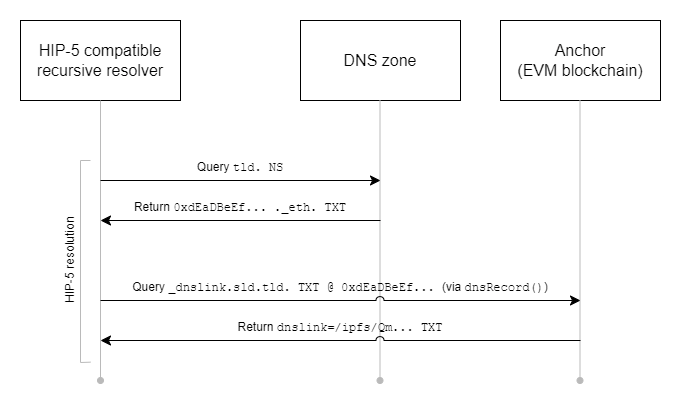
Above: imgs/anchor-resolution-diagram.png in Noxturnix/anchor (draw.io), before the change. Source tidied: cells renumbered, new cells last; positions are measured from the earlier drawing's top-left corner, leaving out a move shared by most shapes. The source it was exported from:
```xml
<mxGraphModel>
  <root>
    <mxCell id="0" />
    <mxCell id="1" parent="0" />
    <mxCell id="2" value="&lt;font style=&quot;font-size: 16px;&quot;&gt;HIP-5 compatible&lt;br&gt;recursive resolver&lt;br&gt;&lt;/font&gt;" style="rounded=0;whiteSpace=wrap;html=1;" parent="1" vertex="1">
      <mxGeometry width="160" height="80" as="geometry" />
    </mxCell>
    <mxCell id="3" value="&lt;font style=&quot;font-size: 16px;&quot;&gt;DNS zone&lt;br&gt;&lt;/font&gt;" style="rounded=0;whiteSpace=wrap;html=1;" parent="1" vertex="1">
      <mxGeometry x="280" width="160" height="80" as="geometry" />
    </mxCell>
    <mxCell id="4" value="&lt;font style=&quot;font-size: 16px;&quot;&gt;Anchor&lt;br&gt;(EVM blockchain)&lt;br&gt;&lt;/font&gt;" style="rounded=0;whiteSpace=wrap;html=1;" parent="1" vertex="1">
      <mxGeometry x="480" width="160" height="80" as="geometry" />
    </mxCell>
    <mxCell id="5" style="endArrow=none;html=1;rounded=0;fontSize=16;entryX=0.5;entryY=1;entryDx=0;entryDy=0;fillColor=#f5f5f5;strokeColor=#BABABA;endFill=0;startArrow=oval;startFill=1;" parent="1" edge="1" target="2">
      <mxGeometry relative="1" as="geometry">
        <mxPoint x="80" y="360" as="sourcePoint" />
      </mxGeometry>
    </mxCell>
    <mxCell id="6" style="endArrow=none;html=1;rounded=0;fontSize=16;entryX=0.5;entryY=1;entryDx=0;entryDy=0;fillColor=#f5f5f5;strokeColor=#BABABA;startArrow=oval;startFill=1;" parent="1" edge="1">
      <mxGeometry relative="1" as="geometry">
        <mxPoint x="359.5" y="360" as="sourcePoint" />
        <mxPoint x="359.5" y="80" as="targetPoint" />
      </mxGeometry>
    </mxCell>
    <mxCell id="7" style="endArrow=none;html=1;rounded=0;fontSize=16;entryX=0.5;entryY=1;entryDx=0;entryDy=0;fillColor=#f5f5f5;strokeColor=#BABABA;startArrow=oval;startFill=1;" parent="1" edge="1">
      <mxGeometry relative="1" as="geometry">
        <mxPoint x="559.5" y="360" as="sourcePoint" />
        <mxPoint x="559.5" y="80" as="targetPoint" />
      </mxGeometry>
    </mxCell>
    <mxCell id="8" style="endArrow=classic;html=1;rounded=0;fontSize=16;endSize=8;jumpStyle=arc;jumpSize=16;" parent="1" edge="1">
      <mxGeometry relative="1" as="geometry">
        <mxPoint x="80" y="160" as="sourcePoint" />
        <mxPoint x="360" y="160" as="targetPoint" />
      </mxGeometry>
    </mxCell>
    <mxCell id="9" value="&lt;font style=&quot;font-size: 12px;&quot;&gt;&lt;span style=&quot;&quot;&gt;Query &lt;/span&gt;&lt;font style=&quot;font-size: 12px;&quot; face=&quot;Courier New&quot;&gt;tld. NS&lt;/font&gt;&lt;/font&gt;" style="text;html=1;strokeColor=none;fillColor=none;align=center;verticalAlign=middle;whiteSpace=wrap;rounded=0;fontSize=16;" parent="1" vertex="1">
      <mxGeometry x="80" y="130" width="280" height="30" as="geometry" />
    </mxCell>
    <mxCell id="10" style="endArrow=classic;html=1;rounded=0;fontSize=16;endSize=8;jumpStyle=arc;jumpSize=16;" parent="1" edge="1">
      <mxGeometry relative="1" as="geometry">
        <mxPoint x="360" y="200" as="sourcePoint" />
        <mxPoint x="80" y="200" as="targetPoint" />
      </mxGeometry>
    </mxCell>
    <mxCell id="11" value="&lt;font style=&quot;font-size: 12px;&quot;&gt;&lt;font style=&quot;font-size: 12px;&quot;&gt;Return&lt;/font&gt;&lt;font style=&quot;font-size: 12px;&quot;&gt; &lt;font style=&quot;font-size: 12px;&quot;&gt;&lt;font style=&quot;font-size: 12px;&quot; face=&quot;Courier New&quot;&gt;0xdEaDBeEf&lt;/font&gt;&lt;font style=&quot;font-size: 12px;&quot; face=&quot;Courier New&quot;&gt;... ._eth. TXT&lt;/font&gt;&lt;/font&gt;&lt;/font&gt;&lt;/font&gt;" style="text;html=1;strokeColor=none;fillColor=none;align=center;verticalAlign=middle;whiteSpace=wrap;rounded=0;fontSize=16;" parent="1" vertex="1">
      <mxGeometry x="80" y="170" width="280" height="30" as="geometry" />
    </mxCell>
    <mxCell id="12" style="endArrow=classic;html=1;rounded=0;fontSize=16;endSize=8;jumpStyle=arc;jumpSize=8;entryX=1;entryY=1;entryDx=0;entryDy=0;" parent="1" edge="1" target="13">
      <mxGeometry relative="1" as="geometry">
        <mxPoint x="80" y="280" as="sourcePoint" />
      </mxGeometry>
    </mxCell>
    <mxCell id="13" value="&lt;font style=&quot;font-size: 12px;&quot;&gt;&lt;span style=&quot;&quot;&gt;Query &lt;/span&gt;&lt;font style=&quot;font-size: 12px;&quot; face=&quot;Courier New&quot;&gt;_dnslink.sld.tld. TXT @ 0xdEaDBeEf...&lt;/font&gt;&lt;font style=&quot;font-size: 12px;&quot; face=&quot;Courier New&quot;&gt; &lt;/font&gt;&lt;font style=&quot;font-size: 12px;&quot;&gt;&lt;span style=&quot;&quot;&gt;(via &lt;/span&gt;&lt;font style=&quot;font-size: 12px;&quot; face=&quot;Courier New&quot;&gt;dnsRecord()&lt;/font&gt;&lt;span style=&quot;&quot;&gt;)&lt;/span&gt;&lt;/font&gt;&lt;/font&gt;" style="text;html=1;strokeColor=none;fillColor=none;align=center;verticalAlign=middle;whiteSpace=wrap;rounded=0;fontSize=16;" parent="1" vertex="1">
      <mxGeometry x="80" y="250" width="480" height="30" as="geometry" />
    </mxCell>
    <mxCell id="14" style="endArrow=classic;html=1;rounded=0;fontSize=16;endSize=8;jumpStyle=arc;jumpSize=8;exitX=1;exitY=1;exitDx=0;exitDy=0;entryX=0;entryY=1;entryDx=0;entryDy=0;" parent="1" edge="1" source="15" target="15">
      <mxGeometry relative="1" as="geometry" />
    </mxCell>
    <mxCell id="15" value="&lt;font style=&quot;font-size: 12px;&quot;&gt;&lt;span style=&quot;&quot;&gt;Return&amp;nbsp;&lt;/span&gt;&lt;font style=&quot;font-size: 12px;&quot; face=&quot;Courier New&quot;&gt;dnslink=/ipfs/Qm... TXT&lt;/font&gt;&lt;/font&gt;" style="text;html=1;strokeColor=none;fillColor=none;align=center;verticalAlign=middle;whiteSpace=wrap;rounded=0;fontSize=16;" parent="1" vertex="1">
      <mxGeometry x="80" y="290" width="480" height="30" as="geometry" />
    </mxCell>
    <mxCell id="16" style="endArrow=none;html=1;rounded=0;fontFamily=Courier New;fontSize=12;endSize=8;strokeColor=#BABABA;jumpStyle=arc;jumpSize=8;" parent="1" edge="1">
      <mxGeometry relative="1" as="geometry">
        <mxPoint x="70" y="341.7" as="sourcePoint" />
        <mxPoint x="70" y="140" as="targetPoint" />
        <Array as="points">
          <mxPoint x="60" y="342" />
          <mxPoint x="60" y="140" />
        </Array>
      </mxGeometry>
    </mxCell>
    <mxCell id="17" value="&lt;font face=&quot;Helvetica&quot;&gt;HIP-5 resolution&lt;/font&gt;" style="text;html=1;align=center;verticalAlign=middle;strokeColor=none;fillColor=none;fontSize=12;fontFamily=Courier New;rotation=-90;" parent="1" vertex="1">
      <mxGeometry y="230" width="100" height="20" as="geometry" />
    </mxCell>
  </root>
</mxGraphModel>
```
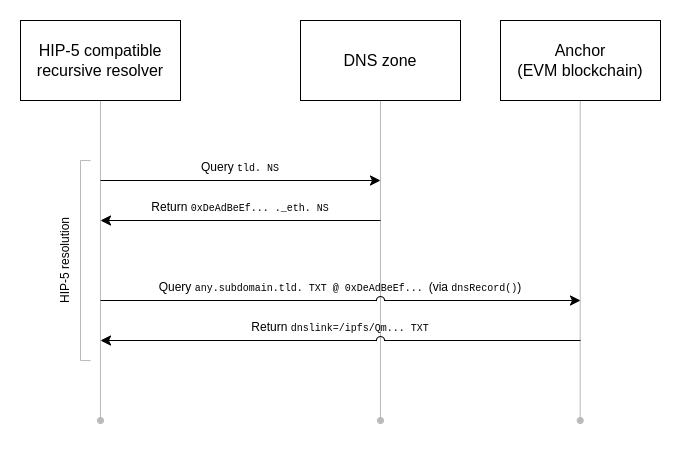
After the commit.

What changed in the source:
```diff
@@ -2,6 +2,23 @@
   <root>
     <mxCell id="0" />
     <mxCell id="1" parent="0" />
+    <mxCell id="18" style="endArrow=none;html=1;rounded=0;fontSize=16;entryX=0.5;entryY=1;entryDx=0;entryDy=0;startArrow=oval;startFill=1;strokeColor=#BABABA;" parent="1" edge="1" target="2">
+      <mxGeometry relative="1" as="geometry">
+        <mxPoint x="80" y="400" as="sourcePoint" />
+      </mxGeometry>
+    </mxCell>
+    <mxCell id="19" style="endArrow=none;html=1;rounded=0;fontSize=16;entryX=0.5;entryY=1;entryDx=0;entryDy=0;startArrow=oval;startFill=1;strokeColor=#BABABA;" parent="1" edge="1">
+      <mxGeometry relative="1" as="geometry">
+        <mxPoint x="559.7" y="400" as="sourcePoint" />
+        <mxPoint x="559.7" y="80" as="targetPoint" />
+      </mxGeometry>
+    </mxCell>
+    <mxCell id="20" style="endArrow=none;html=1;rounded=0;fontSize=16;entryX=0.5;entryY=1;entryDx=0;entryDy=0;startArrow=oval;startFill=1;strokeColor=#BABABA;" parent="1" edge="1">
+      <mxGeometry relative="1" as="geometry">
+        <mxPoint x="360" y="400" as="sourcePoint" />
+        <mxPoint x="360" y="80" as="targetPoint" />
+      </mxGeometry>
+    </mxCell>
     <mxCell id="2" value="&lt;font style=&quot;font-size: 16px;&quot;&gt;HIP-5 compatible&lt;br&gt;recursive resolver&lt;br&gt;&lt;/font&gt;" style="rounded=0;whiteSpace=wrap;html=1;" parent="1" vertex="1">
       <mxGeometry width="160" height="80" as="geometry" />
     </mxCell>
@@ -11,67 +28,54 @@
     <mxCell id="4" value="&lt;font style=&quot;font-size: 16px;&quot;&gt;Anchor&lt;br&gt;(EVM blockchain)&lt;br&gt;&lt;/font&gt;" style="rounded=0;whiteSpace=wrap;html=1;" parent="1" vertex="1">
       <mxGeometry x="480" width="160" height="80" as="geometry" />
     </mxCell>
-    <mxCell id="5" style="endArrow=none;html=1;rounded=0;fontSize=16;entryX=0.5;entryY=1;entryDx=0;entryDy=0;fillColor=#f5f5f5;strokeColor=#BABABA;endFill=0;startArrow=oval;startFill=1;" parent="1" edge="1" target="2">
-      <mxGeometry relative="1" as="geometry">
-        <mxPoint x="80" y="360" as="sourcePoint" />
-      </mxGeometry>
-    </mxCell>
-    <mxCell id="6" style="endArrow=none;html=1;rounded=0;fontSize=16;entryX=0.5;entryY=1;entryDx=0;entryDy=0;fillColor=#f5f5f5;strokeColor=#BABABA;startArrow=oval;startFill=1;" parent="1" edge="1">
-      <mxGeometry relative="1" as="geometry">
-        <mxPoint x="359.5" y="360" as="sourcePoint" />
-        <mxPoint x="359.5" y="80" as="targetPoint" />
-      </mxGeometry>
-    </mxCell>
-    <mxCell id="7" style="endArrow=none;html=1;rounded=0;fontSize=16;entryX=0.5;entryY=1;entryDx=0;entryDy=0;fillColor=#f5f5f5;strokeColor=#BABABA;startArrow=oval;startFill=1;" parent="1" edge="1">
-      <mxGeometry relative="1" as="geometry">
-        <mxPoint x="559.5" y="360" as="sourcePoint" />
-        <mxPoint x="559.5" y="80" as="targetPoint" />
-      </mxGeometry>
-    </mxCell>
-    <mxCell id="8" style="endArrow=classic;html=1;rounded=0;fontSize=16;endSize=8;jumpStyle=arc;jumpSize=16;" parent="1" edge="1">
-      <mxGeometry relative="1" as="geometry">
-        <mxPoint x="80" y="160" as="sourcePoint" />
-        <mxPoint x="360" y="160" as="targetPoint" />
-      </mxGeometry>
-    </mxCell>
+    <mxCell id="21" style="endArrow=classic;html=1;rounded=0;fontSize=16;strokeColor=#000000;endSize=8;" parent="1" edge="1">
+      <mxGeometry relative="1" as="geometry">
+        <mxPoint x="80" y="160" as="sourcePoint" />
+        <mxPoint x="360" y="160" as="targetPoint" />
+      </mxGeometry>
+    </mxCell>
-    <mxCell id="9" value="&lt;font style=&quot;font-size: 12px;&quot;&gt;&lt;span style=&quot;&quot;&gt;Query &lt;/span&gt;&lt;font style=&quot;font-size: 12px;&quot; face=&quot;Courier New&quot;&gt;tld. NS&lt;/font&gt;&lt;/font&gt;" style="text;html=1;strokeColor=none;fillColor=none;align=center;verticalAlign=middle;whiteSpace=wrap;rounded=0;fontSize=16;" parent="1" vertex="1">
+    <mxCell id="9" value="&lt;font style=&quot;&quot;&gt;&lt;span style=&quot;font-size: 12px;&quot;&gt;Query &lt;/span&gt;&lt;font style=&quot;font-size: 10px;&quot; face=&quot;Courier New&quot;&gt;tld. NS&lt;/font&gt;&lt;/font&gt;" style="text;html=1;strokeColor=none;fillColor=none;align=center;verticalAlign=middle;whiteSpace=wrap;rounded=0;fontSize=16;" parent="1" vertex="1">
       <mxGeometry x="80" y="130" width="280" height="30" as="geometry" />
     </mxCell>
-    <mxCell id="10" style="endArrow=classic;html=1;rounded=0;fontSize=16;endSize=8;jumpStyle=arc;jumpSize=16;" parent="1" edge="1">
-      <mxGeometry relative="1" as="geometry">
-        <mxPoint x="360" y="200" as="sourcePoint" />
-        <mxPoint x="80" y="200" as="targetPoint" />
-      </mxGeometry>
-    </mxCell>
-    <mxCell id="11" value="&lt;font style=&quot;font-size: 12px;&quot;&gt;&lt;font style=&quot;font-size: 12px;&quot;&gt;Return&lt;/font&gt;&lt;font style=&quot;font-size: 12px;&quot;&gt; &lt;font style=&quot;font-size: 12px;&quot;&gt;&lt;font style=&quot;font-size: 12px;&quot; face=&quot;Courier New&quot;&gt;0xdEaDBeEf&lt;/font&gt;&lt;font style=&quot;font-size: 12px;&quot; face=&quot;Courier New&quot;&gt;... ._eth. TXT&lt;/font&gt;&lt;/font&gt;&lt;/font&gt;&lt;/font&gt;" style="text;html=1;strokeColor=none;fillColor=none;align=center;verticalAlign=middle;whiteSpace=wrap;rounded=0;fontSize=16;" parent="1" vertex="1">
-      <mxGeometry x="80" y="170" width="280" height="30" as="geometry" />
-    </mxCell>
-    <mxCell id="12" style="endArrow=classic;html=1;rounded=0;fontSize=16;endSize=8;jumpStyle=arc;jumpSize=8;entryX=1;entryY=1;entryDx=0;entryDy=0;" parent="1" edge="1" target="13">
-      <mxGeometry relative="1" as="geometry">
-        <mxPoint x="80" y="280" as="sourcePoint" />
-      </mxGeometry>
-    </mxCell>
-    <mxCell id="13" value="&lt;font style=&quot;font-size: 12px;&quot;&gt;&lt;span style=&quot;&quot;&gt;Query &lt;/span&gt;&lt;font style=&quot;font-size: 12px;&quot; face=&quot;Courier New&quot;&gt;_dnslink.sld.tld. TXT @ 0xdEaDBeEf...&lt;/font&gt;&lt;font style=&quot;font-size: 12px;&quot; face=&quot;Courier New&quot;&gt; &lt;/font&gt;&lt;font style=&quot;font-size: 12px;&quot;&gt;&lt;span style=&quot;&quot;&gt;(via &lt;/span&gt;&lt;font style=&quot;font-size: 12px;&quot; face=&quot;Courier New&quot;&gt;dnsRecord()&lt;/font&gt;&lt;span style=&quot;&quot;&gt;)&lt;/span&gt;&lt;/font&gt;&lt;/font&gt;" style="text;html=1;strokeColor=none;fillColor=none;align=center;verticalAlign=middle;whiteSpace=wrap;rounded=0;fontSize=16;" parent="1" vertex="1">
-      <mxGeometry x="80" y="250" width="480" height="30" as="geometry" />
-    </mxCell>
-    <mxCell id="14" style="endArrow=classic;html=1;rounded=0;fontSize=16;endSize=8;jumpStyle=arc;jumpSize=8;exitX=1;exitY=1;exitDx=0;exitDy=0;entryX=0;entryY=1;entryDx=0;entryDy=0;" parent="1" edge="1" source="15" target="15">
-      <mxGeometry relative="1" as="geometry" />
-    </mxCell>
+    <mxCell id="22" style="endArrow=classic;html=1;rounded=0;fontSize=16;strokeColor=#000000;endSize=8;" parent="1" edge="1">
+      <mxGeometry relative="1" as="geometry">
+        <mxPoint x="360" y="200" as="sourcePoint" />
+        <mxPoint x="80" y="200" as="targetPoint" />
+      </mxGeometry>
+    </mxCell>
+    <mxCell id="23" value="&lt;span style=&quot;font-size: 12px;&quot;&gt;Return &lt;/span&gt;&lt;font style=&quot;font-size: 10px;&quot; face=&quot;Courier New&quot;&gt;0xDeAdBeEf... ._eth. NS&lt;/font&gt;" style="text;html=1;strokeColor=none;fillColor=none;align=center;verticalAlign=middle;whiteSpace=wrap;rounded=0;fontSize=16;" parent="1" vertex="1">
+      <mxGeometry x="80" y="170" width="280" height="30" as="geometry" />
+    </mxCell>
+    <mxCell id="24" value="&lt;font style=&quot;&quot;&gt;&lt;span style=&quot;font-size: 12px;&quot;&gt;Query &lt;/span&gt;&lt;font style=&quot;font-size: 10px;&quot; face=&quot;Courier New&quot;&gt;any.subdomain.tld. TXT @ 0xDeAdBeEf... &lt;/font&gt;&lt;font style=&quot;&quot;&gt;&lt;span style=&quot;font-size: 12px;&quot;&gt;(via &lt;/span&gt;&lt;font style=&quot;font-size: 10px;&quot; face=&quot;Courier New&quot;&gt;dnsRecord()&lt;/font&gt;&lt;span style=&quot;font-size: 12px;&quot;&gt;)&lt;/span&gt;&lt;/font&gt;&lt;/font&gt;" style="text;html=1;strokeColor=none;fillColor=none;align=center;verticalAlign=middle;whiteSpace=wrap;rounded=0;fontSize=16;" parent="1" vertex="1">
+      <mxGeometry x="80" y="250" width="480" height="30" as="geometry" />
+    </mxCell>
-    <mxCell id="15" value="&lt;font style=&quot;font-size: 12px;&quot;&gt;&lt;span style=&quot;&quot;&gt;Return&amp;nbsp;&lt;/span&gt;&lt;font style=&quot;font-size: 12px;&quot; face=&quot;Courier New&quot;&gt;dnslink=/ipfs/Qm... TXT&lt;/font&gt;&lt;/font&gt;" style="text;html=1;strokeColor=none;fillColor=none;align=center;verticalAlign=middle;whiteSpace=wrap;rounded=0;fontSize=16;" parent="1" vertex="1">
+    <mxCell id="15" value="&lt;span style=&quot;font-size: 12px;&quot;&gt;Return &lt;/span&gt;&lt;font style=&quot;font-size: 10px;&quot; face=&quot;Courier New&quot;&gt;dnslink=/ipfs/Qm... TXT&lt;/font&gt;" style="text;html=1;strokeColor=none;fillColor=none;align=center;verticalAlign=middle;whiteSpace=wrap;rounded=0;fontSize=16;" parent="1" vertex="1">
       <mxGeometry x="80" y="290" width="480" height="30" as="geometry" />
     </mxCell>
-    <mxCell id="16" style="endArrow=none;html=1;rounded=0;fontFamily=Courier New;fontSize=12;endSize=8;strokeColor=#BABABA;jumpStyle=arc;jumpSize=8;" parent="1" edge="1">
-      <mxGeometry relative="1" as="geometry">
-        <mxPoint x="70" y="341.7" as="sourcePoint" />
-        <mxPoint x="70" y="140" as="targetPoint" />
-        <Array as="points">
-          <mxPoint x="60" y="342" />
-          <mxPoint x="60" y="140" />
-        </Array>
-      </mxGeometry>
-    </mxCell>
+    <mxCell id="25" style="endArrow=classic;html=1;rounded=0;fontSize=16;strokeColor=#000000;endSize=8;jumpStyle=arc;jumpSize=8;" parent="1" edge="1">
+      <mxGeometry relative="1" as="geometry">
+        <mxPoint x="80" y="280" as="sourcePoint" />
+        <mxPoint x="560" y="280" as="targetPoint" />
+      </mxGeometry>
+    </mxCell>
+    <mxCell id="26" style="endArrow=classic;html=1;rounded=0;fontSize=16;strokeColor=#000000;endSize=8;jumpStyle=arc;jumpSize=8;" parent="1" edge="1">
+      <mxGeometry relative="1" as="geometry">
+        <mxPoint x="560" y="320" as="sourcePoint" />
+        <mxPoint x="80" y="320" as="targetPoint" />
+      </mxGeometry>
+    </mxCell>
+    <mxCell id="27" style="endArrow=none;html=1;rounded=0;fontFamily=Courier New;fontSize=10;endSize=8;strokeColor=#BABABA;strokeWidth=1;jumpStyle=arc;jumpSize=8;" parent="1" edge="1">
+      <mxGeometry relative="1" as="geometry">
+        <mxPoint x="70" y="340" as="sourcePoint" />
+        <mxPoint x="70" y="140" as="targetPoint" />
+        <Array as="points">
+          <mxPoint x="60" y="340" />
+          <mxPoint x="60" y="140" />
+        </Array>
+      </mxGeometry>
+    </mxCell>
-    <mxCell id="17" value="&lt;font face=&quot;Helvetica&quot;&gt;HIP-5 resolution&lt;/font&gt;" style="text;html=1;align=center;verticalAlign=middle;strokeColor=none;fillColor=none;fontSize=12;fontFamily=Courier New;rotation=-90;" parent="1" vertex="1">
-      <mxGeometry y="230" width="100" height="20" as="geometry" />
+    <mxCell id="17" value="HIP-5 resolution" style="text;html=1;strokeColor=none;fillColor=none;align=center;verticalAlign=middle;whiteSpace=wrap;rounded=0;fontFamily=Helvetica;fontSize=12;rotation=-90;" parent="1" vertex="1">
+      <mxGeometry x="-55" y="225" width="200" height="30" as="geometry" />
     </mxCell>
   </root>
 </mxGraphModel>
```
